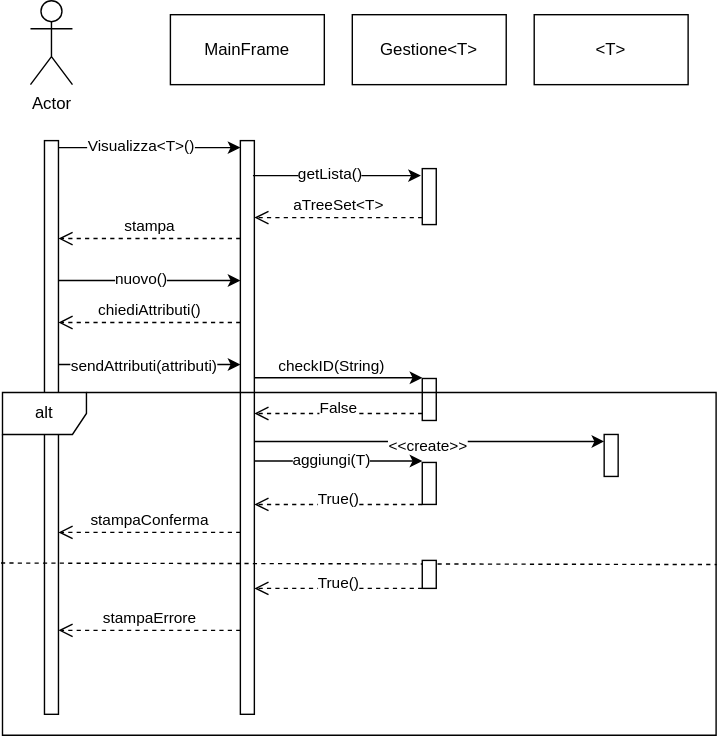
This is Design/SequenceDiagramAggiungiT.svg from doppiaaa/Progetto-Biblioteca-Ingegneria-del-Software, a draw.io export, as it was before one commit. Source tidied: cells renumbered, new cells last; positions are measured from the earlier drawing's top-left corner, leaving out a move shared by most shapes.
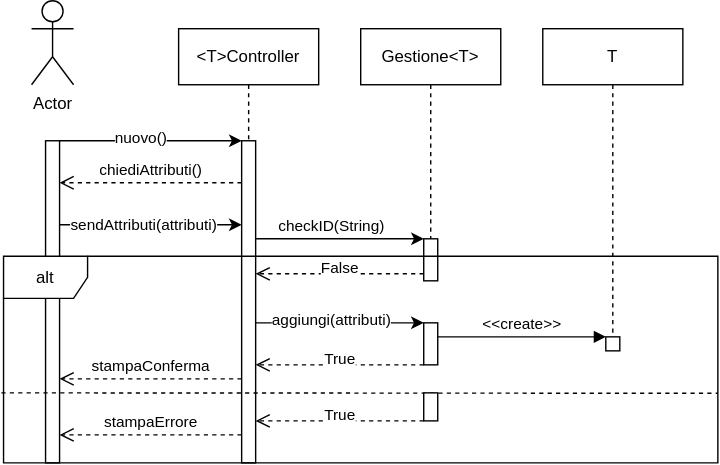
After the change.

Diff of the diagram source:
```diff
@@ -6,50 +6,15 @@
       <mxGeometry x="21" width="30" height="60" as="geometry" />
     </mxCell>
     <mxCell id="3" style="html=1;points=[[0,0,0,0,5],[0,1,0,0,-5],[1,0,0,0,5],[1,1,0,0,-5]];perimeter=orthogonalPerimeter;outlineConnect=0;targetShapes=umlLifeline;portConstraint=eastwest;newEdgeStyle={&quot;curved&quot;:0,&quot;rounded&quot;:0};" parent="1" vertex="1">
-      <mxGeometry x="31" y="100" width="10" height="410" as="geometry" />
+      <mxGeometry x="31" y="100" width="10" height="230" as="geometry" />
     </mxCell>
-    <mxCell id="4" value="MainFrame" style="html=1;whiteSpace=wrap;" parent="1" vertex="1">
-      <mxGeometry x="121" y="10" width="110" height="50" as="geometry" />
-    </mxCell>
     <mxCell id="5" style="html=1;points=[[0,0,0,0,5],[0,1,0,0,-5],[1,0,0,0,5],[1,1,0,0,-5]];perimeter=orthogonalPerimeter;outlineConnect=0;targetShapes=umlLifeline;portConstraint=eastwest;newEdgeStyle={&quot;curved&quot;:0,&quot;rounded&quot;:0};" parent="1" vertex="1">
-      <mxGeometry x="171" y="100" width="10" height="410" as="geometry" />
+      <mxGeometry x="171" y="100" width="10" height="230" as="geometry" />
     </mxCell>
-    <mxCell id="6" style="endArrow=classic;html=1;rounded=0;exitX=1;exitY=0;exitDx=0;exitDy=5;exitPerimeter=0;entryX=0;entryY=0;entryDx=0;entryDy=5;entryPerimeter=0;" parent="1" edge="1" source="3" target="5">
-      <mxGeometry relative="1" as="geometry" />
-    </mxCell>
-    <mxCell id="7" value="Visualizza&amp;lt;T&amp;gt;()" style="edgeLabel;html=1;align=center;verticalAlign=middle;" parent="6" vertex="1">
-      <mxGeometry x="-0.22" y="2" relative="1" as="geometry">
-        <mxPoint x="7" as="offset" />
-      </mxGeometry>
-    </mxCell>
-    <mxCell id="8" value="Gestione&amp;lt;T&amp;gt;" style="html=1;whiteSpace=wrap;" parent="1" vertex="1">
-      <mxGeometry x="251" y="10" width="110" height="50" as="geometry" />
-    </mxCell>
-    <mxCell id="9" style="endArrow=classic;html=1;rounded=0;entryX=0;entryY=0;entryDx=0;entryDy=5;entryPerimeter=0;" parent="1" edge="1">
-      <mxGeometry relative="1" as="geometry">
-        <mxPoint x="180" y="125" as="sourcePoint" />
-        <mxPoint x="300" y="125" as="targetPoint" />
-      </mxGeometry>
-    </mxCell>
-    <mxCell id="10" value="getLista()" style="edgeLabel;html=1;align=center;verticalAlign=middle;" parent="9" vertex="1">
-      <mxGeometry x="-0.22" y="2" relative="1" as="geometry">
-        <mxPoint x="7" as="offset" />
-      </mxGeometry>
-    </mxCell>
-    <mxCell id="11" style="html=1;points=[[0,0,0,0,5],[0,1,0,0,-5],[1,0,0,0,5],[1,1,0,0,-5]];perimeter=orthogonalPerimeter;outlineConnect=0;targetShapes=umlLifeline;portConstraint=eastwest;newEdgeStyle={&quot;curved&quot;:0,&quot;rounded&quot;:0};" parent="1" vertex="1">
-      <mxGeometry x="301" y="120" width="10" height="40" as="geometry" />
-    </mxCell>
-    <mxCell id="12" value="aTreeSet&amp;lt;T&amp;gt;" style="html=1;verticalAlign=bottom;endArrow=open;dashed=1;endSize=8;curved=0;rounded=0;exitX=0;exitY=1;exitDx=0;exitDy=-5;exitPerimeter=0;" parent="1" edge="1" source="11" target="5">
-      <mxGeometry relative="1" as="geometry" />
-    </mxCell>
-    <mxCell id="13" value="stampa" style="html=1;verticalAlign=bottom;endArrow=open;dashed=1;endSize=8;curved=0;rounded=0;" parent="1" edge="1" target="3">
-      <mxGeometry relative="1" as="geometry">
-        <mxPoint x="171" y="170" as="sourcePoint" />
-      </mxGeometry>
-    </mxCell>
-    <mxCell id="14" style="endArrow=classic;html=1;rounded=0;entryX=0;entryY=0;entryDx=0;entryDy=5;entryPerimeter=0;" parent="1" edge="1" source="3">
+    <mxCell id="14" style="endArrow=classic;html=1;rounded=0;entryX=0;entryY=0;entryDx=0;entryDy=5;entryPerimeter=0;" parent="1" edge="1">
       <mxGeometry relative="1" as="geometry">
-        <mxPoint x="171" y="200" as="targetPoint" />
+        <mxPoint x="41" y="100" as="sourcePoint" />
+        <mxPoint x="171" y="100" as="targetPoint" />
       </mxGeometry>
     </mxCell>
     <mxCell id="15" value="nuovo()" style="edgeLabel;html=1;align=center;verticalAlign=middle;" parent="14" vertex="1">
@@ -57,17 +22,16 @@
         <mxPoint x="7" as="offset" />
       </mxGeometry>
     </mxCell>
-    <mxCell id="16" value="&amp;lt;T&amp;gt;" style="html=1;whiteSpace=wrap;" parent="1" vertex="1">
-      <mxGeometry x="381" y="10" width="110" height="50" as="geometry" />
-    </mxCell>
-    <mxCell id="17" value="chiediAttributi()" style="html=1;verticalAlign=bottom;endArrow=open;dashed=1;endSize=8;curved=0;rounded=0;" parent="1" edge="1" target="3">
+    <mxCell id="17" value="chiediAttributi()" style="html=1;verticalAlign=bottom;endArrow=open;dashed=1;endSize=8;curved=0;rounded=0;" parent="1" edge="1">
       <mxGeometry relative="1" as="geometry">
-        <mxPoint x="171" y="230" as="sourcePoint" />
+        <mxPoint x="171" y="130" as="sourcePoint" />
+        <mxPoint x="41" y="130" as="targetPoint" />
       </mxGeometry>
     </mxCell>
-    <mxCell id="18" style="endArrow=classic;html=1;rounded=0;entryX=0;entryY=0;entryDx=0;entryDy=5;entryPerimeter=0;" parent="1" edge="1" source="3">
+    <mxCell id="18" style="endArrow=classic;html=1;rounded=0;entryX=0;entryY=0;entryDx=0;entryDy=5;entryPerimeter=0;" parent="1" edge="1">
       <mxGeometry relative="1" as="geometry">
-        <mxPoint x="171" y="260" as="targetPoint" />
+        <mxPoint x="41" y="160" as="sourcePoint" />
+        <mxPoint x="171" y="160" as="targetPoint" />
       </mxGeometry>
     </mxCell>
     <mxCell id="19" value="sendAttributi(attributi)" style="edgeLabel;html=1;align=center;verticalAlign=middle;" parent="18" vertex="1">
@@ -75,25 +39,16 @@
         <mxPoint x="9" y="2" as="offset" />
       </mxGeometry>
     </mxCell>
-    <mxCell id="20" style="html=1;points=[[0,0,0,0,5],[0,1,0,0,-5],[1,0,0,0,5],[1,1,0,0,-5]];perimeter=orthogonalPerimeter;outlineConnect=0;targetShapes=umlLifeline;portConstraint=eastwest;newEdgeStyle={&quot;curved&quot;:0,&quot;rounded&quot;:0};" parent="1" vertex="1">
-      <mxGeometry x="431" y="310" width="10" height="30" as="geometry" />
-    </mxCell>
-    <mxCell id="21" style="endArrow=classic;html=1;rounded=0;entryX=0;entryY=0;entryDx=0;entryDy=5;entryPerimeter=0;" parent="1" edge="1" source="5" target="20">
-      <mxGeometry relative="1" as="geometry" />
-    </mxCell>
-    <mxCell id="22" value="&amp;lt;&amp;lt;create&amp;gt;&amp;gt;" style="edgeLabel;html=1;align=center;verticalAlign=middle;" parent="21" vertex="1">
-      <mxGeometry x="-0.02" y="-2" relative="1" as="geometry" />
-    </mxCell>
     <mxCell id="23" value="stampaConferma" style="html=1;verticalAlign=bottom;endArrow=open;dashed=1;endSize=8;curved=0;rounded=0;" parent="1" edge="1">
       <mxGeometry relative="1" as="geometry">
-        <mxPoint x="171" y="380" as="sourcePoint" />
-        <mxPoint x="41" y="380" as="targetPoint" />
+        <mxPoint x="171" y="270" as="sourcePoint" />
+        <mxPoint x="41" y="270" as="targetPoint" />
       </mxGeometry>
     </mxCell>
     <mxCell id="24" style="endArrow=classic;html=1;rounded=0;entryX=0;entryY=0;entryDx=0;entryDy=5;entryPerimeter=0;" parent="1" edge="1">
       <mxGeometry relative="1" as="geometry">
-        <mxPoint x="181" y="269.5" as="sourcePoint" />
-        <mxPoint x="301" y="269.5" as="targetPoint" />
+        <mxPoint x="181" y="170" as="sourcePoint" />
+        <mxPoint x="301" y="170" as="targetPoint" />
       </mxGeometry>
     </mxCell>
     <mxCell id="25" value="checkID(String)" style="edgeLabel;html=1;align=center;verticalAlign=middle;" parent="24" vertex="1">
@@ -102,53 +57,71 @@
       </mxGeometry>
     </mxCell>
     <mxCell id="26" style="html=1;points=[[0,0,0,0,5],[0,1,0,0,-5],[1,0,0,0,5],[1,1,0,0,-5]];perimeter=orthogonalPerimeter;outlineConnect=0;targetShapes=umlLifeline;portConstraint=eastwest;newEdgeStyle={&quot;curved&quot;:0,&quot;rounded&quot;:0};" parent="1" vertex="1">
-      <mxGeometry x="301" y="270" width="10" height="30" as="geometry" />
+      <mxGeometry x="301" y="170" width="10" height="30" as="geometry" />
     </mxCell>
     <mxCell id="27" value="alt" style="shape=umlFrame;whiteSpace=wrap;html=1;" parent="1" vertex="1">
-      <mxGeometry x="1" y="280" width="510" height="245" as="geometry" />
+      <mxGeometry x="1" y="182.5" width="510" height="147.5" as="geometry" />
     </mxCell>
     <mxCell id="28" value="False" style="html=1;verticalAlign=bottom;endArrow=open;dashed=1;endSize=8;curved=0;rounded=0;exitX=0;exitY=1;exitDx=0;exitDy=-5;exitPerimeter=0;" parent="1" edge="1" source="26" target="5">
       <mxGeometry y="5" relative="1" as="geometry" />
     </mxCell>
-    <mxCell id="29" style="endArrow=none;dashed=1;html=1;rounded=0;entryX=1.001;entryY=0.502;entryDx=0;entryDy=0;entryPerimeter=0;exitX=-0.002;exitY=0.624;exitDx=0;exitDy=0;exitPerimeter=0;" parent="1" edge="1" target="27">
+    <mxCell id="29" style="endArrow=none;dashed=1;html=1;rounded=0;entryX=0.997;entryY=0.393;entryDx=0;entryDy=0;entryPerimeter=0;exitX=-0.006;exitY=0.391;exitDx=0;exitDy=0;exitPerimeter=0;" parent="1" edge="1">
       <mxGeometry relative="1" as="geometry">
-        <mxPoint x="-0.1" y="401.9" as="sourcePoint" />
+        <mxPoint x="-0.5" y="280" as="sourcePoint" />
+        <mxPoint x="511" y="280.3" as="targetPoint" />
       </mxGeometry>
     </mxCell>
     <mxCell id="30" style="html=1;perimeter=orthogonalPerimeter;targetShapes=umlLifeline;newEdgeStyle={&quot;curved&quot;:0,&quot;rounded&quot;:0};" parent="1" vertex="1">
-      <mxGeometry x="301" y="400" width="10" height="20" as="geometry" />
+      <mxGeometry x="301" y="280" width="10" height="20" as="geometry" />
     </mxCell>
-    <mxCell id="31" value="True()" style="html=1;verticalAlign=bottom;endArrow=open;dashed=1;endSize=8;curved=0;rounded=0;exitX=0;exitY=1;exitDx=0;exitDy=-5;exitPerimeter=0;" parent="1" edge="1">
+    <mxCell id="31" value="True" style="html=1;verticalAlign=bottom;endArrow=open;dashed=1;endSize=8;curved=0;rounded=0;exitX=0;exitY=1;exitDx=0;exitDy=-5;exitPerimeter=0;" parent="1" edge="1">
       <mxGeometry y="5" relative="1" as="geometry">
-        <mxPoint x="301" y="420" as="sourcePoint" />
-        <mxPoint x="181" y="420" as="targetPoint" />
+        <mxPoint x="301" y="300" as="sourcePoint" />
+        <mxPoint x="181" y="300" as="targetPoint" />
       </mxGeometry>
     </mxCell>
     <mxCell id="32" value="stampaErrore" style="html=1;verticalAlign=bottom;endArrow=open;dashed=1;endSize=8;curved=0;rounded=0;" parent="1" edge="1">
       <mxGeometry relative="1" as="geometry">
-        <mxPoint x="171" y="450" as="sourcePoint" />
-        <mxPoint x="41" y="450" as="targetPoint" />
+        <mxPoint x="171" y="310" as="sourcePoint" />
+        <mxPoint x="41" y="310" as="targetPoint" />
       </mxGeometry>
     </mxCell>
     <mxCell id="33" style="html=1;points=[[0,0,0,0,5],[0,1,0,0,-5],[1,0,0,0,5],[1,1,0,0,-5]];perimeter=orthogonalPerimeter;outlineConnect=0;targetShapes=umlLifeline;portConstraint=eastwest;newEdgeStyle={&quot;curved&quot;:0,&quot;rounded&quot;:0};" parent="1" vertex="1">
-      <mxGeometry x="301" y="330" width="10" height="30" as="geometry" />
+      <mxGeometry x="301" y="230" width="10" height="30" as="geometry" />
     </mxCell>
     <mxCell id="34" style="endArrow=classic;html=1;rounded=0;entryX=0;entryY=0;entryDx=0;entryDy=5;entryPerimeter=0;" parent="1" edge="1">
       <mxGeometry relative="1" as="geometry">
-        <mxPoint x="181" y="329" as="sourcePoint" />
-        <mxPoint x="301" y="329" as="targetPoint" />
+        <mxPoint x="181" y="230" as="sourcePoint" />
+        <mxPoint x="301" y="230" as="targetPoint" />
       </mxGeometry>
     </mxCell>
-    <mxCell id="35" value="aggiungi(T)" style="edgeLabel;html=1;align=center;verticalAlign=middle;" parent="34" vertex="1">
+    <mxCell id="35" value="aggiungi(attributi)" style="edgeLabel;html=1;align=center;verticalAlign=middle;" parent="34" vertex="1">
       <mxGeometry x="-0.22" y="2" relative="1" as="geometry">
         <mxPoint x="7" as="offset" />
       </mxGeometry>
     </mxCell>
-    <mxCell id="36" value="True()" style="html=1;verticalAlign=bottom;endArrow=open;dashed=1;endSize=8;curved=0;rounded=0;exitX=0;exitY=1;exitDx=0;exitDy=-5;exitPerimeter=0;" parent="1" edge="1">
+    <mxCell id="36" value="True" style="html=1;verticalAlign=bottom;endArrow=open;dashed=1;endSize=8;curved=0;rounded=0;exitX=0;exitY=1;exitDx=0;exitDy=-5;exitPerimeter=0;" parent="1" edge="1">
       <mxGeometry y="5" relative="1" as="geometry">
-        <mxPoint x="301" y="360" as="sourcePoint" />
-        <mxPoint x="181" y="360" as="targetPoint" />
+        <mxPoint x="301" y="260" as="sourcePoint" />
+        <mxPoint x="181" y="260" as="targetPoint" />
       </mxGeometry>
     </mxCell>
+    <mxCell id="37" style="html=1;perimeter=orthogonalPerimeter;targetShapes=umlLifeline;newEdgeStyle={&quot;curved&quot;:0,&quot;rounded&quot;:0};" parent="1" vertex="1">
+      <mxGeometry x="431" y="240" width="10" height="10" as="geometry" />
+    </mxCell>
+    <mxCell id="22" value="&amp;lt;&amp;lt;create&amp;gt;&amp;gt;" style="html=1;verticalAlign=bottom;endArrow=block;curved=0;rounded=0;" parent="1" edge="1" source="33">
+      <mxGeometry relative="1" as="geometry">
+        <mxPoint x="431" y="240" as="targetPoint" />
+      </mxGeometry>
+    </mxCell>
+    <mxCell id="38" value="&amp;lt;T&amp;gt;Controller" style="shape=umlLifeline;perimeter=lifelinePerimeter;whiteSpace=wrap;html=1;newEdgeStyle={&quot;curved&quot;:0,&quot;rounded&quot;:0};" parent="1" vertex="1">
+      <mxGeometry x="126" y="20" width="100" height="80" as="geometry" />
+    </mxCell>
+    <mxCell id="8" value="Gestione&amp;lt;T&amp;gt;" style="shape=umlLifeline;perimeter=lifelinePerimeter;whiteSpace=wrap;html=1;newEdgeStyle={&quot;curved&quot;:0,&quot;rounded&quot;:0};" parent="1" vertex="1">
+      <mxGeometry x="256" y="20" width="100" height="150" as="geometry" />
+    </mxCell>
+    <mxCell id="39" value="T" style="shape=umlLifeline;perimeter=lifelinePerimeter;whiteSpace=wrap;html=1;newEdgeStyle={&quot;curved&quot;:0,&quot;rounded&quot;:0};" parent="1" vertex="1">
+      <mxGeometry x="386" y="20" width="100" height="220" as="geometry" />
+    </mxCell>
   </root>
 </mxGraphModel>
```
